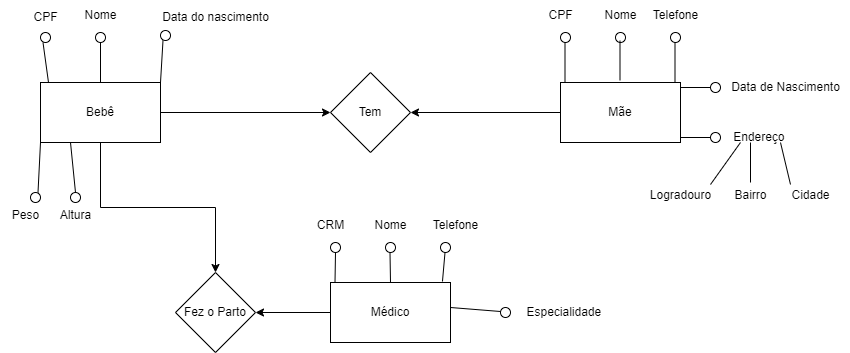
Before: 01_Atividade_sobre_DER_2.drawio.png, a diagram exported from draw.io (DungeonMaster616/main). Source tidied: cells renumbered, new cells last; positions are measured from the earlier drawing's top-left corner, leaving out a move shared by most shapes.
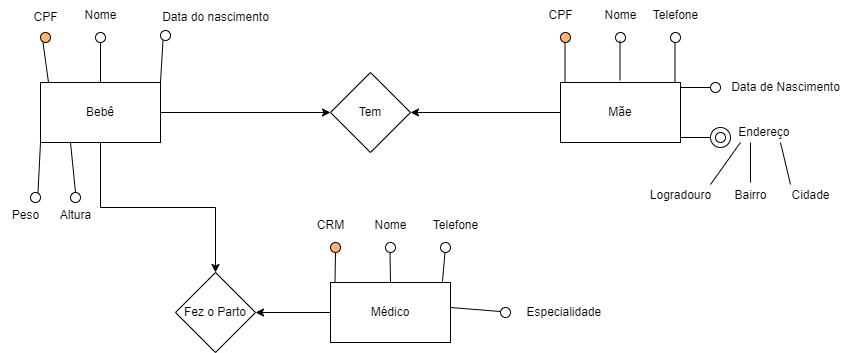
After the change.

What changed in the source:
```diff
@@ -29,7 +29,7 @@
     <mxCell id="10" value="Tem" style="rhombus;whiteSpace=wrap;html=1;" parent="1" vertex="1">
       <mxGeometry x="330" y="72" width="80" height="80" as="geometry" />
     </mxCell>
-    <mxCell id="11" style="ellipse;whiteSpace=wrap;html=1;fillColor=#FFFFFF;" parent="1" vertex="1">
+    <mxCell id="11" style="ellipse;whiteSpace=wrap;html=1;fillColor=#FFB570;" parent="1" vertex="1">
       <mxGeometry x="40" y="32" width="10" height="10" as="geometry" />
     </mxCell>
     <mxCell id="12" style="ellipse;whiteSpace=wrap;html=1;" parent="1" vertex="1">
@@ -81,7 +81,7 @@
         <mxPoint x="70" y="142" as="targetPoint" />
       </mxGeometry>
     </mxCell>
-    <mxCell id="24" style="ellipse;whiteSpace=wrap;html=1;fillColor=#FFFFFF;" parent="1" vertex="1">
+    <mxCell id="24" style="ellipse;whiteSpace=wrap;html=1;fillColor=#FFB570;" parent="1" vertex="1">
       <mxGeometry x="560" y="32" width="10" height="10" as="geometry" />
     </mxCell>
     <mxCell id="25" style="ellipse;whiteSpace=wrap;html=1;" parent="1" vertex="1">
@@ -100,12 +100,12 @@
       <mxGeometry x="710" y="82" width="10" height="10" as="geometry" />
     </mxCell>
     <mxCell id="30" style="ellipse;whiteSpace=wrap;html=1;" parent="1" vertex="1">
-      <mxGeometry x="710" y="132" width="10" height="10" as="geometry" />
+      <mxGeometry x="710" y="127" width="20" height="20" as="geometry" />
     </mxCell>
     <mxCell id="31" value="CPF" style="text;html=1;align=center;verticalAlign=middle;strokeColor=none;fillColor=none;" parent="1" vertex="1">
       <mxGeometry x="535" width="50" height="30" as="geometry" />
     </mxCell>
-    <mxCell id="32" style="ellipse;whiteSpace=wrap;html=1;" parent="1" vertex="1">
+    <mxCell id="32" style="ellipse;whiteSpace=wrap;html=1;fillColor=#FFB570;" parent="1" vertex="1">
       <mxGeometry x="330" y="242" width="10" height="10" as="geometry" />
     </mxCell>
     <mxCell id="33" style="ellipse;whiteSpace=wrap;html=1;" parent="1" vertex="1">
@@ -127,7 +127,7 @@
       <mxGeometry x="720" y="72" width="130" height="30" as="geometry" />
     </mxCell>
     <mxCell id="39" value="Endereço&amp;nbsp;" style="text;html=1;align=center;verticalAlign=middle;strokeColor=none;fillColor=none;" parent="1" vertex="1">
-      <mxGeometry x="720" y="122" width="80" height="30" as="geometry" />
+      <mxGeometry x="725" y="117" width="80" height="30" as="geometry" />
     </mxCell>
     <mxCell id="40" value="CRM" style="text;html=1;align=center;verticalAlign=middle;strokeColor=none;fillColor=none;" parent="1" vertex="1">
       <mxGeometry x="305" y="210" width="50" height="30" as="geometry" />
@@ -219,5 +219,8 @@
         <mxPoint x="680" y="137" as="sourcePoint" />
       </mxGeometry>
     </mxCell>
+    <mxCell id="59" style="ellipse;whiteSpace=wrap;html=1;" parent="1" vertex="1">
+      <mxGeometry x="715" y="132" width="10" height="10" as="geometry" />
+    </mxCell>
   </root>
 </mxGraphModel>
```
